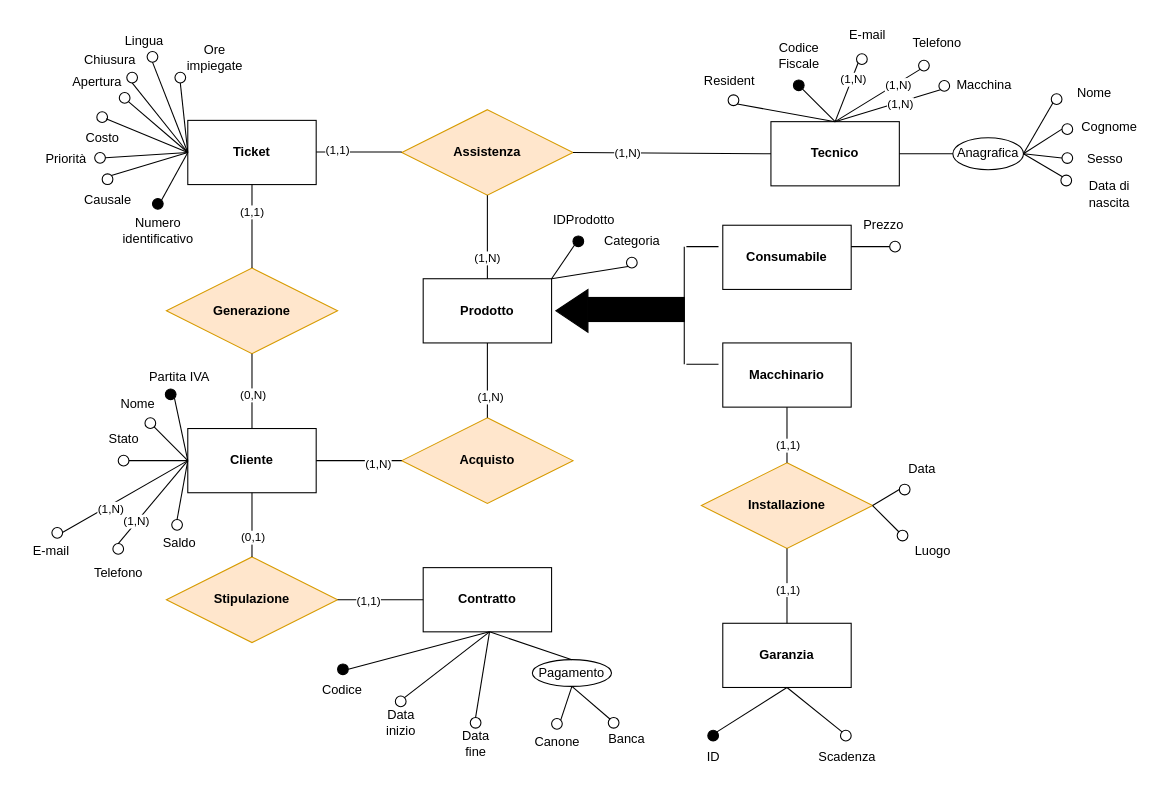
Before: Diagrammi/er finale concettuale.drawio in fedeStaffo/Progetto_Basi_di_dati, a draw.io diagram. Source tidied: cells renumbered, new cells numbered last; positions are measured from the earlier drawing's top-left corner, leaving out a move shared by most shapes. Both pictures are drawn from the tidied source at 107%, with x=0, y=0 at pixel (18, 18).
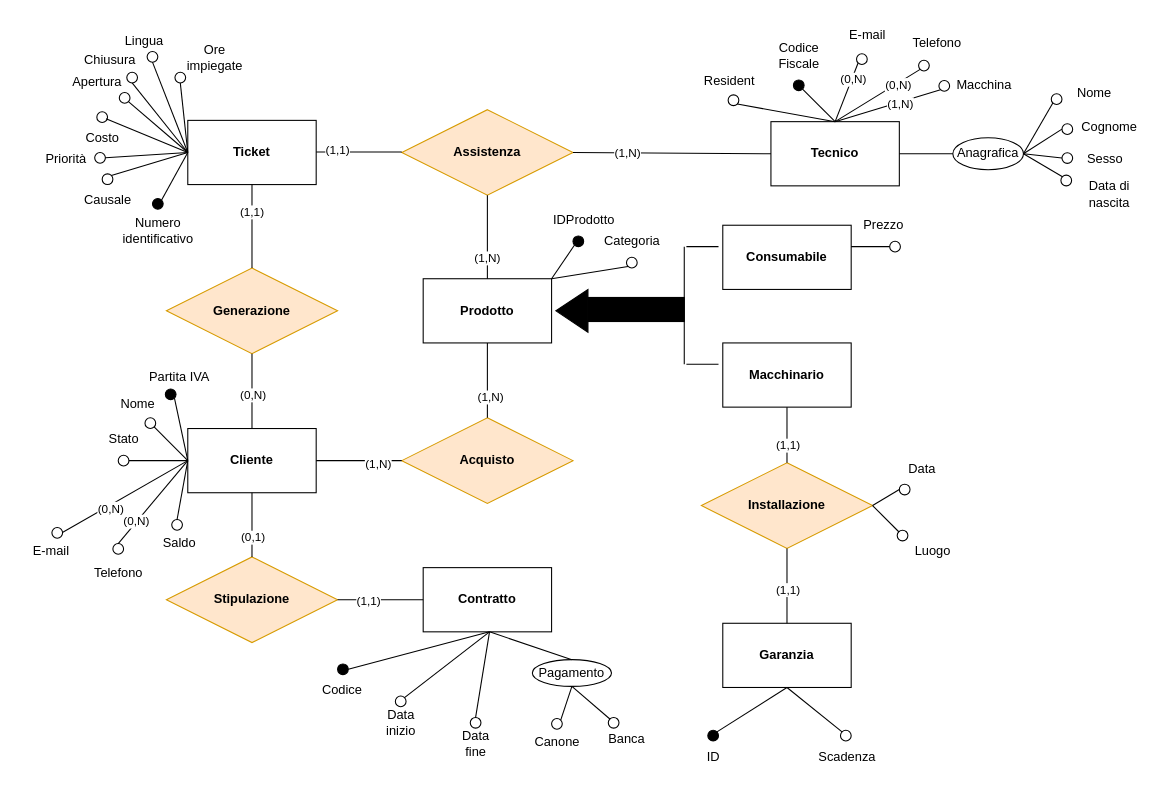
After the change.

The change refers to these unchanged cells:
```xml
<mxCell id="82" style="endArrow=none;html=1;rounded=0;entryX=0;entryY=1;entryDx=0;entryDy=0;exitX=0.5;exitY=0;exitDx=0;exitDy=0;" parent="1" edge="1" source="5" target="76">
  <mxGeometry relative="1" as="geometry" />
</mxCell>
<mxCell id="84" style="endArrow=none;html=1;rounded=0;entryX=0;entryY=1;entryDx=0;entryDy=0;exitX=0.5;exitY=0;exitDx=0;exitDy=0;" parent="1" edge="1" source="5" target="79">
  <mxGeometry relative="1" as="geometry" />
</mxCell>
<mxCell id="123" style="endArrow=none;html=1;rounded=0;entryX=0.5;entryY=0;entryDx=0;entryDy=0;exitX=0;exitY=0.5;exitDx=0;exitDy=0;" parent="1" edge="1" source="3" target="112">
  <mxGeometry relative="1" as="geometry" />
</mxCell>
<mxCell id="126" style="endArrow=none;html=1;rounded=0;entryX=0;entryY=0.5;entryDx=0;entryDy=0;exitX=0.68;exitY=-0.093;exitDx=0;exitDy=0;exitPerimeter=0;" parent="1" edge="1" source="117" target="3">
  <mxGeometry relative="1" as="geometry" />
</mxCell>
```

What changed in the source:
```diff
@@
-    <mxCell id="83" value="(1,N)" style="edgeLabel;html=1;align=center;verticalAlign=middle;" parent="82" vertex="1">
+    <mxCell id="83" value="(0,N)" style="edgeLabel;html=1;align=center;verticalAlign=middle;" parent="82" vertex="1">
       <mxGeometry x="0.47" y="-1" relative="1" as="geometry" />
     </mxCell>
@@
-    <mxCell id="85" value="(1,N)" style="edgeLabel;html=1;align=center;verticalAlign=middle;" parent="84" vertex="1">
+    <mxCell id="85" value="(0,N)" style="edgeLabel;html=1;align=center;verticalAlign=middle;" parent="84" vertex="1">
       <mxGeometry x="0.48" relative="1" as="geometry">
         <mxPoint y="1" as="offset" />
       </mxGeometry>
     </mxCell>
@@
-    <mxCell id="124" value="(1,N)" style="edgeLabel;html=1;align=center;verticalAlign=middle;" parent="123" vertex="1">
+    <mxCell id="124" value="(0,N)" style="edgeLabel;html=1;align=center;verticalAlign=middle;" parent="123" vertex="1">
       <mxGeometry x="0.49" y="-1" relative="1" as="geometry" />
     </mxCell>
@@
-    <mxCell id="127" value="(1,N)" style="edgeLabel;html=1;align=center;verticalAlign=middle;" parent="126" vertex="1">
+    <mxCell id="127" value="(0,N)" style="edgeLabel;html=1;align=center;verticalAlign=middle;" parent="126" vertex="1">
       <mxGeometry x="-0.26" y="-2" relative="1" as="geometry" />
     </mxCell>
```
